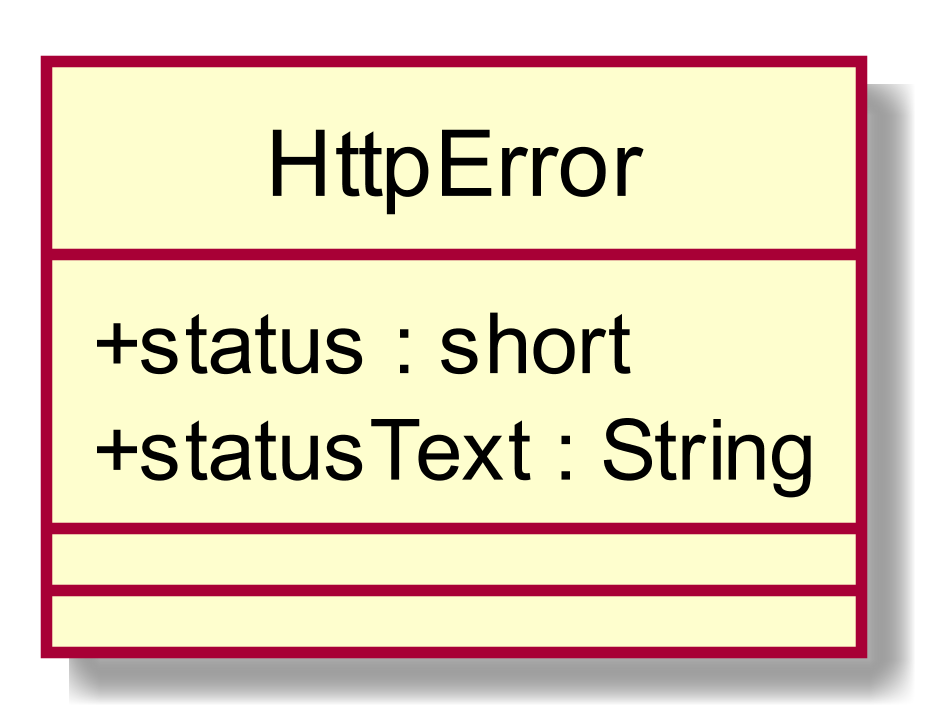
Before: RQ/Esterni/DefinizioneDiProdotto/images/ClassHttpError.png, a diagram exported from PlantUML (CoCodeSWE/Docs). Its diagram source:
```plantuml
@startuml
scale 1000*1000
skinparam classAttributeIconSize 0
class HttpError{
+ status : short
+ statusText : String
__
__

}
hide circle
@enduml
```
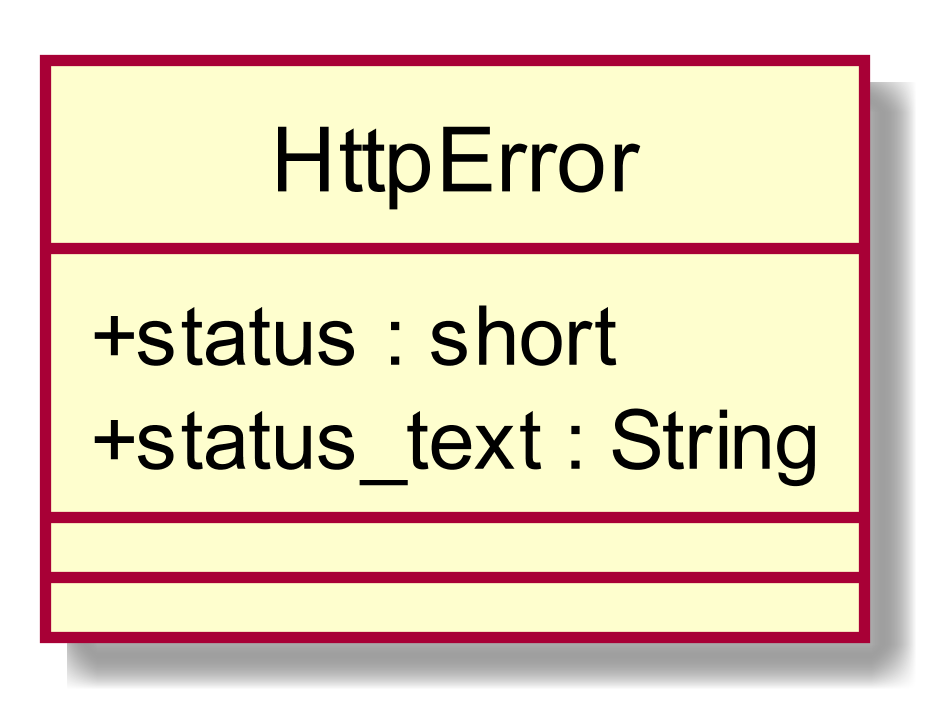
After the change.

What changed in the source:
```diff
@@ -3,7 +3,7 @@
 skinparam classAttributeIconSize 0
 class HttpError{
 + status : short
-+ statusText : String
++ status_text : String
 __
 __
 
```
